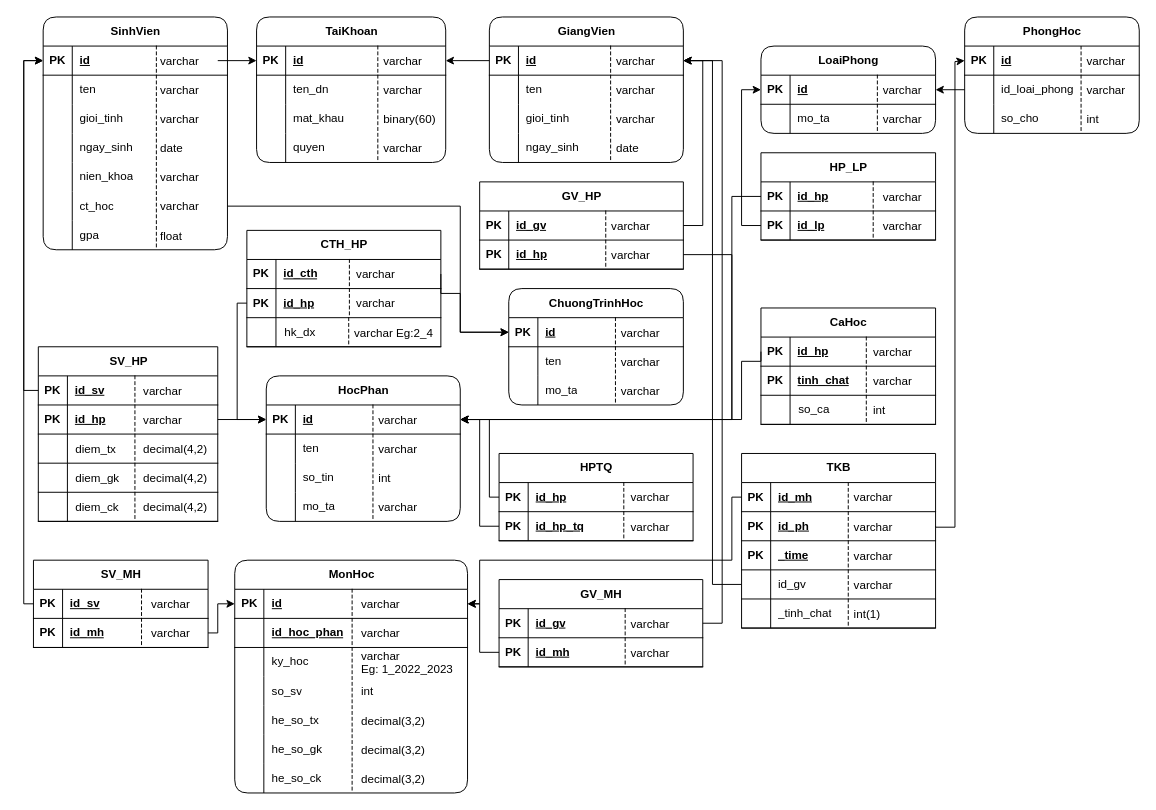
Earlier version of the draw.io diagram page "New ERD no JSON" (1 of 4) of design/UniManagerDB.drawio (Harito97/UniManager). Source tidied: cells renumbered, new cells numbered last; positions are measured from the earlier drawing's top-left corner, leaving out a move shared by most shapes. Both pictures are drawn from the tidied source at 97%, with x=0, y=0 at pixel (23, 16).
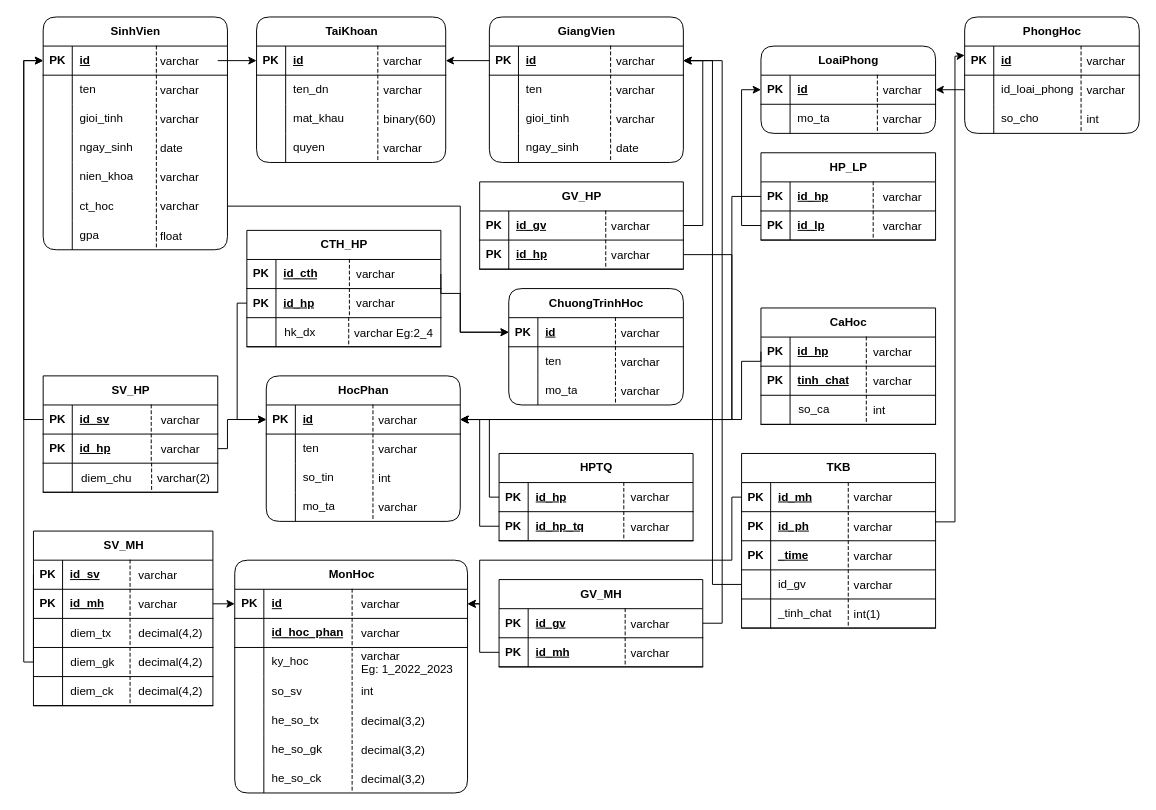
The same page after the edit.

Unchanged cells that the change refers to:
```xml
<mxCell id="43" style="shape=tableRow;horizontal=0;startSize=0;swimlaneHead=0;swimlaneBody=0;fillColor=none;points=[[0,0.5],[1,0.5]];portConstraint=eastwest;top=0;left=0;right=0;bottom=1;" parent="42" vertex="1">
  <mxGeometry y="30" width="180" height="30" as="geometry" />
</mxCell>
<mxCell id="58" style="shape=tableRow;horizontal=0;startSize=0;swimlaneHead=0;swimlaneBody=0;fillColor=none;points=[[0,0.5],[1,0.5]];portConstraint=eastwest;top=0;left=0;right=0;bottom=1;" parent="57" vertex="1">
  <mxGeometry y="30" width="200" height="30" as="geometry" />
</mxCell>
<mxCell id="82" style="shape=tableRow;horizontal=0;startSize=0;swimlaneHead=0;swimlaneBody=0;fillColor=none;points=[[0,0.5],[1,0.5]];portConstraint=eastwest;top=0;left=0;right=0;bottom=1;" parent="81" vertex="1">
  <mxGeometry y="30" width="190" height="30" as="geometry" />
</mxCell>
<mxCell id="147" style="shape=tableRow;horizontal=0;startSize=0;swimlaneHead=0;swimlaneBody=0;fillColor=none;points=[[0,0.5],[1,0.5]];portConstraint=eastwest;top=0;left=0;right=0;bottom=1;" parent="146" vertex="1">
  <mxGeometry y="30" width="180" height="30" as="geometry" />
</mxCell>
<mxCell id="150" style="shape=tableRow;horizontal=0;startSize=0;swimlaneHead=0;swimlaneBody=0;fillColor=none;points=[[0,0.5],[1,0.5]];portConstraint=eastwest;top=0;left=0;right=0;bottom=1;" parent="146" vertex="1">
  <mxGeometry y="60" width="180" height="30" as="geometry" />
</mxCell>
<mxCell id="271" style="shape=tableRow;horizontal=0;startSize=0;swimlaneHead=0;swimlaneBody=0;fillColor=none;points=[[0,0.5],[1,0.5]];portConstraint=eastwest;top=0;left=0;right=0;bottom=1;" parent="267" vertex="1">
  <mxGeometry y="60" width="200" height="30" as="geometry" />
</mxCell>
<mxCell id="290" style="shape=tableRow;horizontal=0;startSize=0;swimlaneHead=0;swimlaneBody=0;fillColor=none;points=[[0,0.5],[1,0.5]];portConstraint=eastwest;top=0;left=0;right=0;bottom=1;" parent="289" vertex="1">
  <mxGeometry y="30" width="185" height="30" as="geometry" />
</mxCell>
<mxCell id="293" style="shape=tableRow;horizontal=0;startSize=0;swimlaneHead=0;swimlaneBody=0;fillColor=none;points=[[0,0.5],[1,0.5]];portConstraint=eastwest;top=0;left=0;right=0;bottom=1;" parent="289" vertex="1">
  <mxGeometry y="60" width="185" height="30" as="geometry" />
</mxCell>
<mxCell id="318" style="shape=tableRow;horizontal=0;startSize=0;swimlaneHead=0;swimlaneBody=0;fillColor=none;points=[[0,0.5],[1,0.5]];portConstraint=eastwest;top=0;left=0;right=0;bottom=1;" parent="317" vertex="1">
  <mxGeometry y="30" width="240" height="30" as="geometry" />
</mxCell>
```

Change to the diagram source:
```diff
@@
     <mxCell id="145" style="group;" parent="1" vertex="1">
-      <mxGeometry x="10" y="560" width="180" height="90" as="geometry" />
+      <mxGeometry x="20" y="370" width="180" height="120" as="geometry" />
     </mxCell>
-    <mxCell id="146" value="SV_MH" style="shape=table;startSize=30;childLayout=tableLayout;rowLines=0;fontStyle=1;align=center;html=1;" parent="145" vertex="1">
-      <mxGeometry width="180" height="90" as="geometry" />
+    <mxCell id="146" value="SV_HP" style="shape=table;startSize=30;childLayout=tableLayout;rowLines=0;fontStyle=1;align=center;html=1;" parent="145" vertex="1">
+      <mxGeometry width="180" height="120" as="geometry" />
     </mxCell>
@@
-    <mxCell id="152" value="id_mh" style="shape=partialRectangle;fillColor=none;top=0;left=0;bottom=0;right=0;align=left;spacingLeft=6;fontStyle=5;overflow=hidden;whiteSpace=wrap;html=1;" parent="150" vertex="1">
+    <mxCell id="152" value="id_hp" style="shape=partialRectangle;fillColor=none;top=0;left=0;bottom=0;right=0;align=left;spacingLeft=6;fontStyle=5;overflow=hidden;whiteSpace=wrap;html=1;" parent="150" vertex="1">
       <mxGeometry x="30" width="150" height="30" as="geometry" />
     </mxCell>
+    <mxCell id="373" style="shape=tableRow;horizontal=0;startSize=0;swimlaneHead=0;swimlaneBody=0;fillColor=none;top=0;left=0;right=0;bottom=1;" parent="146" vertex="1">
+      <mxGeometry y="90" width="180" height="30" as="geometry" />
+    </mxCell>
+    <mxCell id="374" style="shape=partialRectangle;fillColor=none;top=0;left=0;bottom=0;right=0;fontStyle=1;overflow=hidden;whiteSpace=wrap;html=1;" parent="373" vertex="1">
+      <mxGeometry width="30" height="30" as="geometry" />
+    </mxCell>
+    <mxCell id="375" style="shape=partialRectangle;fillColor=none;top=0;left=0;bottom=0;right=0;align=left;spacingLeft=6;fontStyle=5;overflow=hidden;whiteSpace=wrap;html=1;" parent="373" vertex="1">
+      <mxGeometry x="30" width="150" height="30" as="geometry" />
+    </mxCell>
@@
+    <mxCell id="376" value="varchar(2)" style="shape=partialRectangle;fillColor=none;align=left;verticalAlign=middle;strokeColor=none;spacingLeft=34;" parent="145" vertex="1">
+      <mxGeometry x="81.8" y="90" width="98.2" height="30" as="geometry" />
+    </mxCell>
+    <mxCell id="377" value="diem_chu" style="shape=partialRectangle;top=0;left=0;bottom=0;fillColor=none;stokeWidth=1;dashed=1;align=left;verticalAlign=middle;spacingLeft=4;spacingRight=4;overflow=hidden;" parent="376" vertex="1">
+      <mxGeometry x="-48.2" width="78.2" height="30" as="geometry" />
+    </mxCell>
@@
     <mxCell id="247" style="edgeStyle=orthogonalEdgeStyle;rounded=0;jettySize=auto;html=1;exitX=0;exitY=0.5;exitDx=0;exitDy=0;entryX=0;entryY=0.5;entryDx=0;entryDy=0;" parent="1" edge="1" source="290" target="82">
       <mxGeometry relative="1" as="geometry">
         <Array as="points">
-          <mxPoint y="385" />
+          <mxPoint y="665" />
           <mxPoint y="45" />
         </Array>
       </mxGeometry>
     </mxCell>
-    <mxCell id="248" style="edgeStyle=orthogonalEdgeStyle;rounded=0;jettySize=auto;html=1;exitX=1;exitY=0.5;exitDx=0;exitDy=0;entryX=0;entryY=0.5;entryDx=0;entryDy=0;" parent="1" edge="1" source="293" target="58">
+    <mxCell id="248" style="rounded=0;jettySize=auto;html=1;exitX=1;exitY=0.5;exitDx=0;exitDy=0;entryX=0;entryY=0.5;entryDx=0;entryDy=0;" parent="1" edge="1" source="293" target="318">
       <mxGeometry relative="1" as="geometry" />
     </mxCell>
@@
     <mxCell id="250" style="edgeStyle=orthogonalEdgeStyle;rounded=0;jettySize=auto;html=1;exitX=0;exitY=0.5;exitDx=0;exitDy=0;entryX=0;entryY=0.5;entryDx=0;entryDy=0;" parent="1" edge="1" source="147" target="82">
       <mxGeometry relative="1" as="geometry">
         <Array as="points">
-          <mxPoint y="605" />
+          <mxPoint y="415" />
           <mxPoint y="45" />
         </Array>
       </mxGeometry>
     </mxCell>
-    <mxCell id="251" style="edgeStyle=orthogonalEdgeStyle;rounded=0;jettySize=auto;html=1;exitX=1;exitY=0.5;exitDx=0;exitDy=0;entryX=0;entryY=0.5;entryDx=0;entryDy=0;" parent="1" edge="1" source="150" target="318">
+    <mxCell id="251" style="edgeStyle=orthogonalEdgeStyle;rounded=0;jettySize=auto;html=1;exitX=1;exitY=0.5;exitDx=0;exitDy=0;entryX=0;entryY=0.5;entryDx=0;entryDy=0;" parent="1" edge="1" source="150" target="58">
       <mxGeometry relative="1" as="geometry">
         <Array as="points">
-          <mxPoint x="200" y="635" />
-          <mxPoint x="200" y="605" />
+          <mxPoint x="210" y="445" />
+          <mxPoint x="210" y="415" />
         </Array>
       </mxGeometry>
     </mxCell>
@@
-    <mxCell id="255" style="edgeStyle=orthogonalEdgeStyle;rounded=0;jettySize=auto;html=1;exitX=1;exitY=0.5;exitDx=0;exitDy=0;entryX=0;entryY=0.5;entryDx=0;entryDy=0;" parent="1" edge="1" source="271" target="43">
+    <mxCell id="255" style="edgeStyle=orthogonalEdgeStyle;rounded=0;orthogonalLoop=1;jettySize=auto;html=1;exitX=1;exitY=0.5;exitDx=0;exitDy=0;entryX=0;entryY=0.5;entryDx=0;entryDy=0;" parent="1" edge="1">
       <mxGeometry relative="1" as="geometry">
+        <mxPoint x="940" y="519.5" as="sourcePoint" />
+        <mxPoint x="970" y="39.5" as="targetPoint" />
         <Array as="points">
-          <mxPoint x="940" y="526" />
-          <mxPoint x="960" y="526" />
-          <mxPoint x="960" y="46" />
+          <mxPoint x="940" y="520.5" />
+          <mxPoint x="960" y="520.5" />
+          <mxPoint x="960" y="40.5" />
         </Array>
       </mxGeometry>
     </mxCell>
@@
     <mxCell id="288" style="group;" parent="1" vertex="1">
-      <mxGeometry x="15" y="340" width="185" height="180" as="geometry" />
+      <mxGeometry x="10" y="530" width="185" height="180" as="geometry" />
     </mxCell>
-    <mxCell id="289" value="SV_HP" style="shape=table;startSize=30;childLayout=tableLayout;rowLines=0;fontStyle=1;align=center;html=1;" parent="288" vertex="1">
+    <mxCell id="289" value="SV_MH" style="shape=table;startSize=30;childLayout=tableLayout;rowLines=0;fontStyle=1;align=center;html=1;" parent="288" vertex="1">
       <mxGeometry width="185" height="180" as="geometry" />
     </mxCell>
@@
-    <mxCell id="295" value="id_hp" style="shape=partialRectangle;fillColor=none;top=0;left=0;bottom=0;right=0;align=left;spacingLeft=6;fontStyle=5;overflow=hidden;whiteSpace=wrap;html=1;" parent="293" vertex="1">
+    <mxCell id="295" value="id_mh" style="shape=partialRectangle;fillColor=none;top=0;left=0;bottom=0;right=0;align=left;spacingLeft=6;fontStyle=5;overflow=hidden;whiteSpace=wrap;html=1;" parent="293" vertex="1">
       <mxGeometry x="30" width="155" height="30" as="geometry" />
     </mxCell>
```
